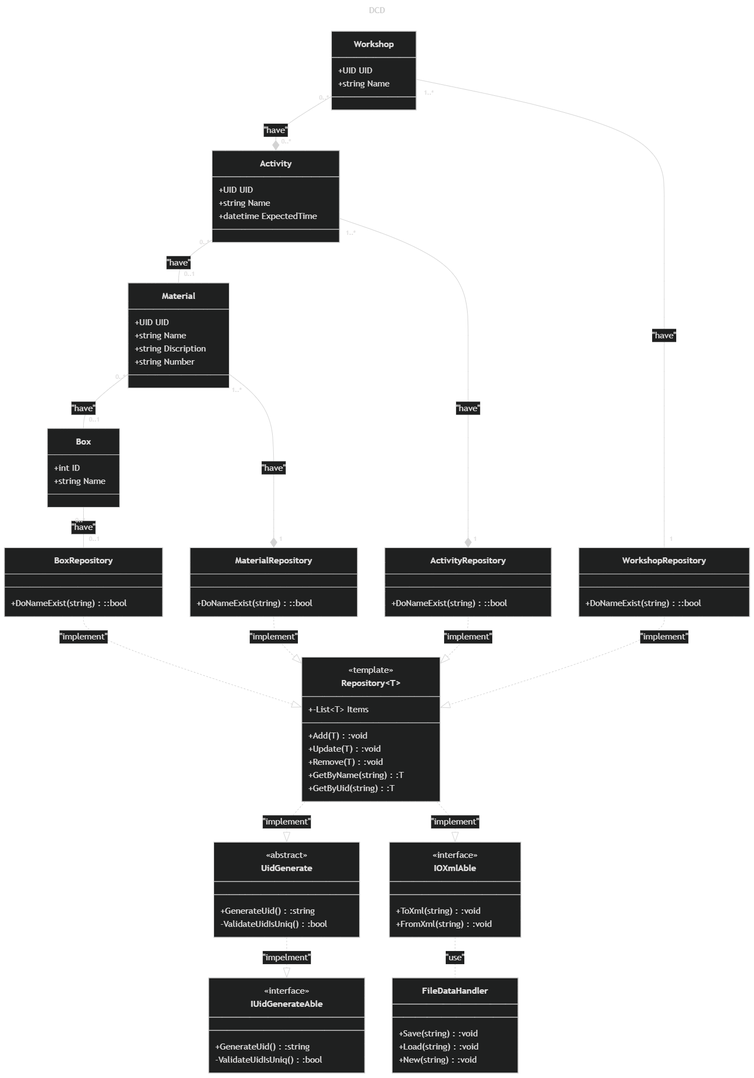
The Mermaid diagram documentation/DCD.png in DMOoF25-Team-11-2/GettingReal, before a commit. Its source is kept beside it as documentation/DCD.mmd.
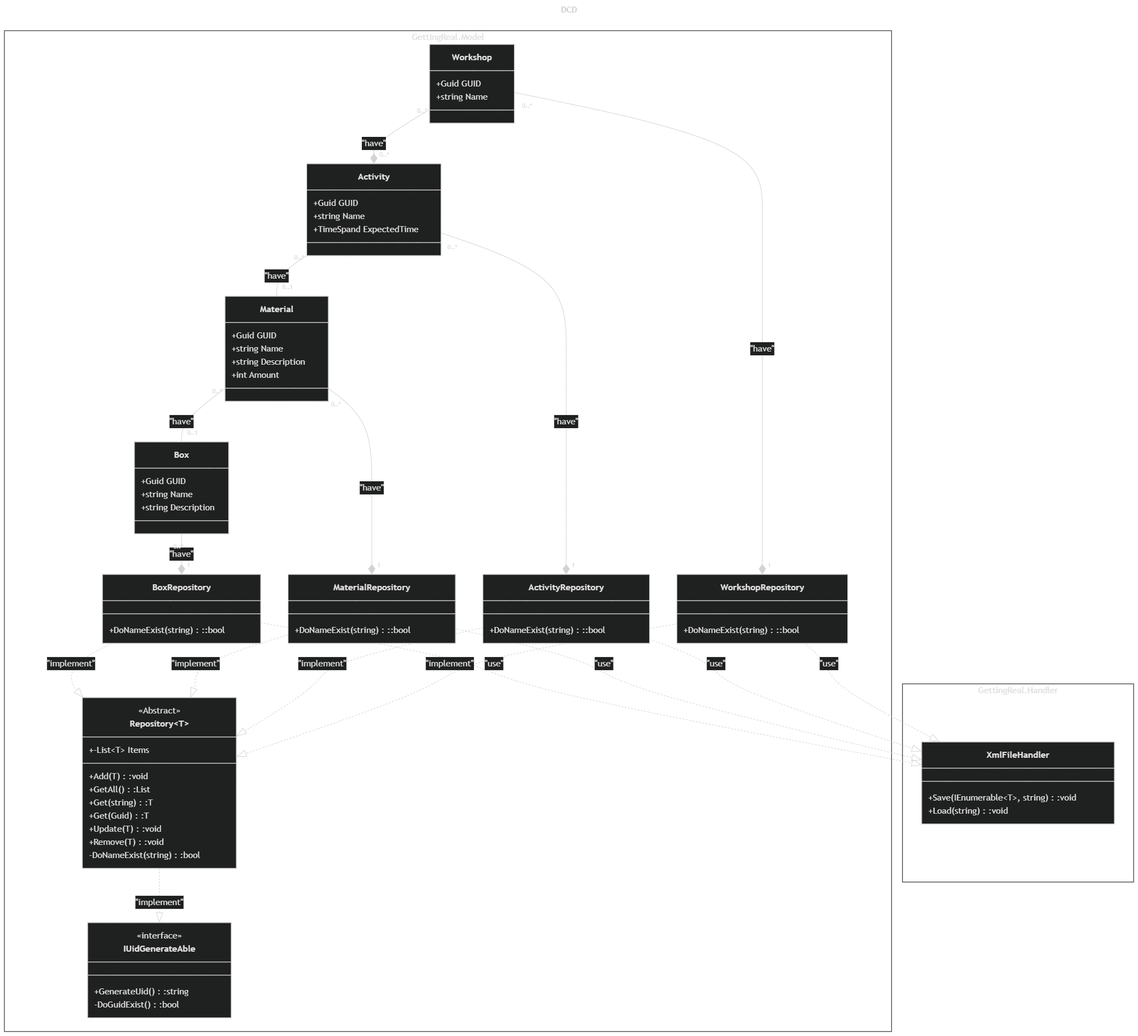
After the commit.

Change to the diagram source:
```diff
@@ -7,82 +7,77 @@
 ---
 classDiagram
 direction TB
-    class Workshop {
-        +Guid GUID
-	    +string Name
-    }
-    class Activity {
-        +Guid GUID
-	    +string Name
-	    +TimeSpand ExpectedTime
-    }
-    class Material {
-        +Guid GUID
-	    +string Name
-	    +string Description
-	    +int Amount
-    }
-    class Box {
-	    +Guid GUID
-        +string Name
-	    +string Description
-    }
-    class MaterialRepository {
-        +DoNameExist(string)::bool
-    }
-    class BoxRepository {
-        +DoNameExist(string)::bool
-    }
-    class WorkshopRepository {
-        +DoNameExist(string)::bool
-    }
-    class ActivityRepository {
-        +DoNameExist(string)::bool
-    }
-    class IUidGenerateAble {
-	    +GenerateUid() :string
-	    -ValidateUidIsUniq() :bool
-    }
-    class Repository~T~ {
-	    +-List~T~ Items
-	    +Add(T) :void
-        +GetAll() :List<T>
-	    +GetByName(string) :T
-	    +GetByGuid(string) :T
-	    +Update(T) :void
-	    +Remove(T) :void
-    }
+	namespace GettingReal.Model {
+        class Workshop {
+	        +Guid GUID
+	        +string Name
+        }
+        class Activity {
+	        +Guid GUID
+	        +string Name
+	        +TimeSpand ExpectedTime
+        }
+        class Material {
+	        +Guid GUID
+	        +string Name
+	        +string Description
+	        +int Amount
+        }
+        class Box {
+	        +Guid GUID
+	        +string Name
+	        +string Description
+        }
+        class BoxRepository {
+	        +DoNameExist(string) ::bool
+        }
+        class MaterialRepository {
+	        +DoNameExist(string) ::bool
+        }
+        class ActivityRepository {
+	        +DoNameExist(string) ::bool
+        }
+        class WorkshopRepository {
+	        +DoNameExist(string) ::bool
+        }
+        class Repository~T~ {
+	        +-List~T~ Items
+	        +Add(T) :void
+	        +GetAll() :List
+	        +Get(string) :T
+	        +Get(Guid) :T
+	        +Update(T) :void
+	        +Remove(T) :void
+	        -DoNameExist(string) :bool
+        }
+        class IUidGenerateAble {
+	        +GenerateUid() :string
+	        -DoGuidExist() :bool
+        }
+	}
+	namespace GettingReal.Handler {
+        class XmlFileHandler {
+	        +Save(IEnumerable~T~, string) :void
+	        +Load(string) :void
+        }
+	}
 
-    class IOXmlAble {
-        +ToXml(string) :void
-        +FromXml(string) :void
-    }
-
-    class FileDataHandler {
-        +Save(string) :void
-        +Load(string) :void
-        +New(string) :void
-    }
-
+	<<Abstract>> Repository
 	<<interface>> IUidGenerateAble
-    <<interface>> IOXmlAble
-	<<Abstract>> Repository
 
     Box "0..*" --* "1" BoxRepository : "have"
     BoxRepository ..|> Repository : "implement"
-
     Material "0..*" -- "0..1" Box : "have"
     Material "0..*" --* "1" MaterialRepository : "have"
     MaterialRepository ..|> Repository : "implement"
-
     Activity "0..*" -- "0..1" Material : "have"
     Activity "0..*" --* "1" ActivityRepository : "have"
-    ActivityRepository ..|>  Repository : "implement"
-
+    ActivityRepository ..|> Repository : "implement"
     Workshop "0..*" --* "0..*" Activity : "have"
     Workshop "0..*" --* "1" WorkshopRepository : "have"
     WorkshopRepository ..|> Repository : "implement"
-
-    Repository ..|> IOXmlAble : "implement"
-
-    IOXmlAble .. FileDataHandler : "use"
+    Repository ..|> IUidGenerateAble : "implement"
+    BoxRepository ..|> XmlFileHandler : "use"
+    MaterialRepository ..|> XmlFileHandler : "use"
+    ActivityRepository ..|> XmlFileHandler : "use"
+    WorkshopRepository ..|> XmlFileHandler : "use"
```
